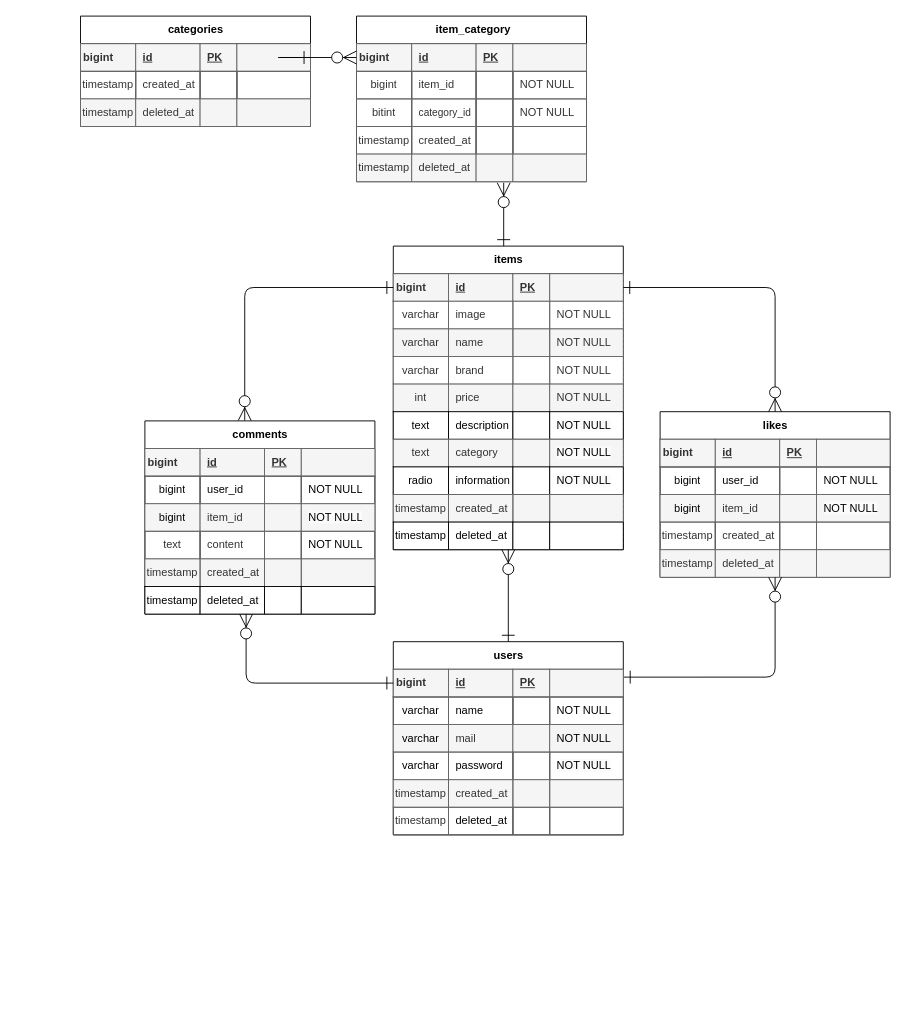
The draw.io diagram furima_table.drawio in satoha-claydesign/furima, before the edit. Source tidied: cells renumbered, new cells numbered last; positions are measured from the earlier drawing's top-left corner, leaving out a move shared by most shapes. Both pictures are drawn from the tidied source at 92%, with x=0, y=0 at pixel (80, 16).
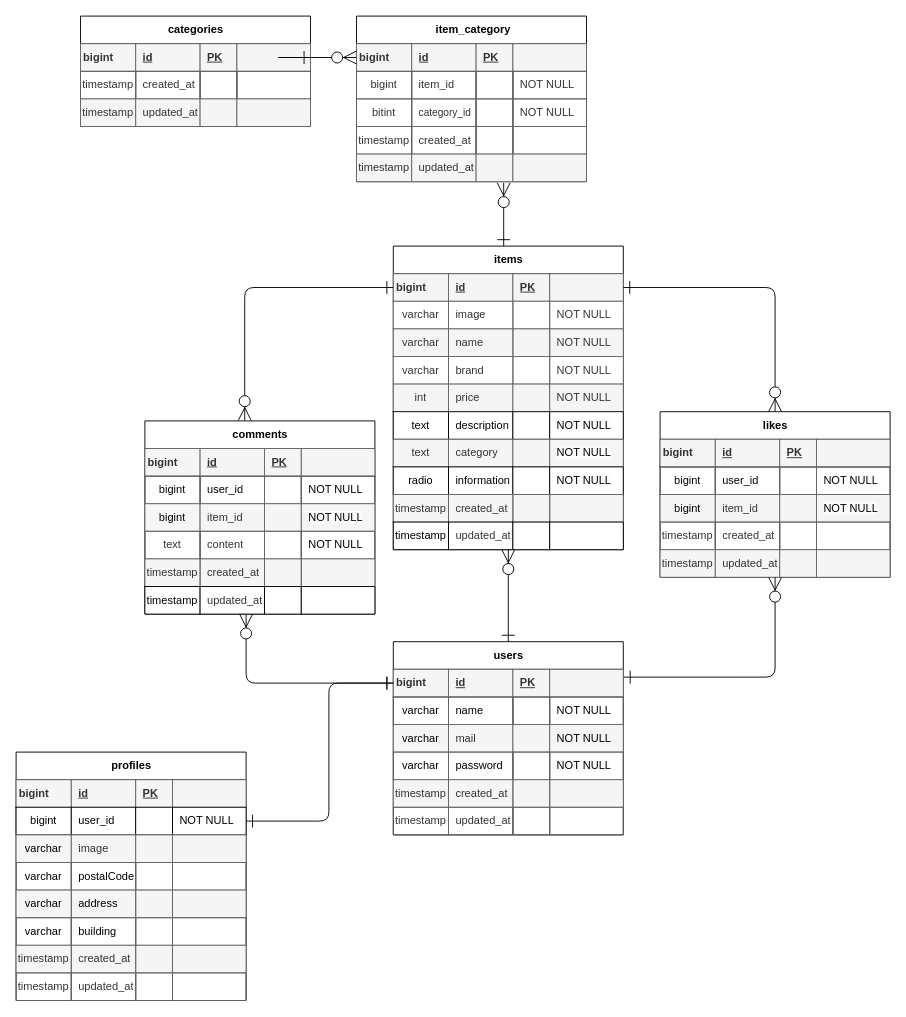
After the change.

The change refers to these unchanged cells:
```xml
<mxCell id="48" style="shape=tableRow;horizontal=0;startSize=0;swimlaneHead=0;swimlaneBody=0;fillColor=none;top=0;left=0;right=0;bottom=0;" parent="2" vertex="1">
  <mxGeometry y="300" width="250" height="30" as="geometry" />
</mxCell>
<mxCell id="74" style="shape=tableRow;horizontal=0;startSize=0;swimlaneHead=0;swimlaneBody=0;fillColor=none;top=0;left=0;right=0;bottom=0;" parent="53" vertex="1">
  <mxGeometry y="150" width="250" height="30" as="geometry" />
</mxCell>
<mxCell id="82" style="shape=tableRow;horizontal=0;startSize=0;swimlaneHead=0;swimlaneBody=0;fillColor=none;points=[[0,0.5],[1,0.5]];portConstraint=eastwest;top=0;left=0;right=0;bottom=1;" parent="81" vertex="1">
  <mxGeometry y="30" width="250" height="30" as="geometry" />
</mxCell>
<mxCell id="107" style="shape=tableRow;horizontal=0;startSize=0;swimlaneHead=0;swimlaneBody=0;fillColor=none;top=0;left=0;right=0;bottom=0;" parent="81" vertex="1">
  <mxGeometry y="180" width="250" height="30" as="geometry" />
</mxCell>
<mxCell id="139" style="shape=tableRow;horizontal=0;startSize=0;swimlaneHead=0;swimlaneBody=0;fillColor=none;top=0;left=0;right=0;bottom=0;" parent="113" vertex="1">
  <mxGeometry y="180" width="250" height="30" as="geometry" />
</mxCell>
<mxCell id="157" style="shape=tableRow;horizontal=0;startSize=0;swimlaneHead=0;swimlaneBody=0;fillColor=none;top=0;left=0;right=0;bottom=0;" parent="146" vertex="1">
  <mxGeometry y="90" width="250" height="30" as="geometry" />
</mxCell>
<mxCell id="183" style="shape=tableRow;horizontal=0;startSize=0;swimlaneHead=0;swimlaneBody=0;fillColor=none;points=[[0,0.5],[1,0.5]];portConstraint=eastwest;top=0;left=0;right=0;bottom=0;" parent="162" vertex="1">
  <mxGeometry y="150" width="250" height="30" as="geometry" />
</mxCell>
```

What changed in the source:
```diff
@@
-    <mxCell id="50" value="deleted_at" style="shape=partialRectangle;top=1;left=1;bottom=1;right=1;align=left;spacingLeft=6;overflow=hidden;whiteSpace=wrap;html=1;" parent="48" vertex="1">
+    <mxCell id="50" value="&lt;span style=&quot;color: rgb(51, 51, 51);&quot;&gt;updated_at&lt;/span&gt;" style="shape=partialRectangle;top=1;left=1;bottom=1;right=1;align=left;spacingLeft=6;overflow=hidden;whiteSpace=wrap;html=1;" parent="48" vertex="1">
       <mxGeometry x="60" width="70" height="30" as="geometry" />
     </mxCell>
@@
-    <mxCell id="76" value="deleted_at" style="shape=partialRectangle;fillColor=#f5f5f5;top=1;left=1;bottom=1;right=1;align=left;spacingLeft=6;overflow=hidden;whiteSpace=wrap;html=1;strokeColor=#666666;fontColor=#333333;" parent="74" vertex="1">
+    <mxCell id="76" value="&lt;span style=&quot;color: rgb(51, 51, 51);&quot;&gt;updated_at&lt;/span&gt;" style="shape=partialRectangle;fillColor=#f5f5f5;top=1;left=1;bottom=1;right=1;align=left;spacingLeft=6;overflow=hidden;whiteSpace=wrap;html=1;strokeColor=#666666;fontColor=#333333;" parent="74" vertex="1">
       <mxGeometry x="60" width="70" height="30" as="geometry" />
     </mxCell>
@@
-    <mxCell id="109" value="&lt;span style=&quot;color: rgb(0, 0, 0);&quot;&gt;deleted_at&lt;/span&gt;" style="shape=partialRectangle;fillColor=none;top=1;left=1;bottom=1;right=1;align=left;spacingLeft=6;overflow=hidden;whiteSpace=wrap;html=1;strokeColor=#666666;" parent="107" vertex="1">
+    <mxCell id="109" value="&lt;span style=&quot;color: rgb(51, 51, 51);&quot;&gt;updated_at&lt;/span&gt;" style="shape=partialRectangle;fillColor=none;top=1;left=1;bottom=1;right=1;align=left;spacingLeft=6;overflow=hidden;whiteSpace=wrap;html=1;strokeColor=#666666;" parent="107" vertex="1">
       <mxGeometry x="60" width="70" height="30" as="geometry" />
     </mxCell>
@@
-    <mxCell id="141" value="deleted_at" style="shape=partialRectangle;top=1;left=1;bottom=1;right=1;align=left;spacingLeft=6;overflow=hidden;whiteSpace=wrap;html=1;" parent="139" vertex="1">
+    <mxCell id="141" value="&lt;span style=&quot;color: rgb(51, 51, 51);&quot;&gt;updated_at&lt;/span&gt;" style="shape=partialRectangle;top=1;left=1;bottom=1;right=1;align=left;spacingLeft=6;overflow=hidden;whiteSpace=wrap;html=1;" parent="139" vertex="1">
       <mxGeometry x="60" width="70" height="30" as="geometry" />
     </mxCell>
@@
-    <mxCell id="159" value="deleted_at" style="shape=partialRectangle;fillColor=#f5f5f5;top=1;left=1;bottom=1;right=1;align=left;spacingLeft=6;overflow=hidden;whiteSpace=wrap;html=1;strokeColor=#666666;fontColor=#333333;" parent="157" vertex="1">
+    <mxCell id="159" value="&lt;span style=&quot;color: rgb(51, 51, 51);&quot;&gt;updated_at&lt;/span&gt;" style="shape=partialRectangle;fillColor=#f5f5f5;top=1;left=1;bottom=1;right=1;align=left;spacingLeft=6;overflow=hidden;whiteSpace=wrap;html=1;strokeColor=#666666;fontColor=#333333;" parent="157" vertex="1">
       <mxGeometry x="60" width="70" height="30" as="geometry" />
     </mxCell>
@@
-    <mxCell id="185" value="deleted_at" style="shape=partialRectangle;fillColor=#f5f5f5;top=1;left=1;bottom=1;right=1;align=left;spacingLeft=6;overflow=hidden;whiteSpace=wrap;html=1;strokeColor=#666666;fontColor=#333333;" parent="183" vertex="1">
+    <mxCell id="185" value="updated_at" style="shape=partialRectangle;fillColor=#f5f5f5;top=1;left=1;bottom=1;right=1;align=left;spacingLeft=6;overflow=hidden;whiteSpace=wrap;html=1;strokeColor=#666666;fontColor=#333333;" parent="183" vertex="1">
       <mxGeometry x="60" width="70" height="30" as="geometry" />
     </mxCell>
@@
+    <mxCell id="190" value="profiles" style="shape=table;startSize=30;childLayout=tableLayout;rowLines=0;fontStyle=1;align=center;html=1;" parent="1" vertex="1">
+      <mxGeometry x="-70" y="800" width="250" height="270" as="geometry" />
+    </mxCell>
+    <mxCell id="191" style="shape=tableRow;horizontal=0;startSize=0;swimlaneHead=0;swimlaneBody=0;fillColor=none;top=0;left=0;right=0;bottom=1;" parent="190" vertex="1">
+      <mxGeometry y="30" width="250" height="30" as="geometry" />
+    </mxCell>
+    <mxCell id="192" value="bigint&lt;span style=&quot;white-space: pre;&quot;&gt;&#9;&lt;/span&gt;" style="shape=partialRectangle;fillColor=#f5f5f5;top=1;left=1;bottom=1;right=1;fontStyle=1;overflow=hidden;whiteSpace=wrap;html=1;fontColor=#333333;strokeColor=#666666;" parent="191" vertex="1">
+      <mxGeometry width="60" height="30" as="geometry" />
+    </mxCell>
+    <mxCell id="193" value="id" style="shape=partialRectangle;fillColor=#f5f5f5;top=1;left=1;bottom=1;right=1;align=left;spacingLeft=6;fontStyle=5;overflow=hidden;whiteSpace=wrap;html=1;fontColor=#333333;strokeColor=#666666;" parent="191" vertex="1">
+      <mxGeometry x="60" width="70" height="30" as="geometry" />
+    </mxCell>
+    <mxCell id="194" value="PK" style="shape=partialRectangle;fillColor=#f5f5f5;top=1;left=1;bottom=1;right=1;align=left;spacingLeft=6;fontStyle=5;overflow=hidden;whiteSpace=wrap;html=1;fontColor=#333333;strokeColor=#666666;" parent="191" vertex="1">
+      <mxGeometry x="130" width="40" height="30" as="geometry" />
+    </mxCell>
+    <mxCell id="195" style="shape=partialRectangle;fillColor=#f5f5f5;top=1;left=1;bottom=1;right=1;align=left;spacingLeft=6;fontStyle=5;overflow=hidden;whiteSpace=wrap;html=1;fontColor=#333333;strokeColor=#666666;" parent="191" vertex="1">
+      <mxGeometry x="170" width="80" height="30" as="geometry" />
+    </mxCell>
+    <mxCell id="196" style="shape=tableRow;horizontal=0;startSize=0;swimlaneHead=0;swimlaneBody=0;points=[[0,0.5],[1,0.5]];portConstraint=eastwest;top=0;left=0;right=0;bottom=0;swimlaneFillColor=#FFFFFF;" parent="190" vertex="1">
+      <mxGeometry y="60" width="250" height="30" as="geometry" />
+    </mxCell>
+    <mxCell id="197" value="&lt;span style=&quot;color: rgb(0, 0, 0);&quot;&gt;bigint&lt;/span&gt;" style="shape=partialRectangle;top=1;left=1;bottom=1;right=1;overflow=hidden;whiteSpace=wrap;html=1;" parent="196" vertex="1">
+      <mxGeometry width="60" height="30" as="geometry" />
+    </mxCell>
+    <mxCell id="198" value="&lt;span style=&quot;color: rgb(0, 0, 0);&quot;&gt;user_id&lt;/span&gt;" style="shape=partialRectangle;top=1;left=1;bottom=1;right=1;align=left;spacingLeft=6;overflow=hidden;whiteSpace=wrap;html=1;" parent="196" vertex="1">
+      <mxGeometry x="60" width="70" height="30" as="geometry" />
+    </mxCell>
+    <mxCell id="199" style="shape=partialRectangle;top=1;left=1;bottom=1;right=1;align=left;spacingLeft=6;overflow=hidden;whiteSpace=wrap;html=1;" parent="196" vertex="1">
+      <mxGeometry x="130" width="40" height="30" as="geometry" />
+    </mxCell>
+    <mxCell id="200" value="&lt;span style=&quot;color: rgb(0, 0, 0);&quot;&gt;NOT NULL&lt;/span&gt;" style="shape=partialRectangle;top=1;left=1;bottom=1;right=1;align=left;spacingLeft=6;overflow=hidden;whiteSpace=wrap;html=1;" parent="196" vertex="1">
+      <mxGeometry x="170" width="80" height="30" as="geometry" />
+    </mxCell>
+    <mxCell id="201" style="shape=tableRow;horizontal=0;startSize=0;swimlaneHead=0;swimlaneBody=0;fillColor=none;top=0;left=0;right=0;bottom=0;" parent="190" vertex="1">
+      <mxGeometry y="90" width="250" height="30" as="geometry" />
+    </mxCell>
+    <mxCell id="202" value="&lt;span style=&quot;color: rgb(0, 0, 0);&quot;&gt;varchar&lt;/span&gt;" style="shape=partialRectangle;fillColor=#f5f5f5;top=1;left=1;bottom=1;right=1;overflow=hidden;whiteSpace=wrap;html=1;fontColor=#333333;strokeColor=#666666;" parent="201" vertex="1">
+      <mxGeometry width="60" height="30" as="geometry" />
+    </mxCell>
+    <mxCell id="203" value="image" style="shape=partialRectangle;fillColor=#f5f5f5;top=1;left=1;bottom=1;right=1;align=left;spacingLeft=6;overflow=hidden;whiteSpace=wrap;html=1;fontColor=#333333;strokeColor=#666666;" parent="201" vertex="1">
+      <mxGeometry x="60" width="70" height="30" as="geometry" />
+    </mxCell>
+    <mxCell id="204" style="shape=partialRectangle;fillColor=#f5f5f5;top=1;left=1;bottom=1;right=1;align=left;spacingLeft=6;overflow=hidden;whiteSpace=wrap;html=1;fontColor=#333333;strokeColor=#666666;" parent="201" vertex="1">
+      <mxGeometry x="130" width="40" height="30" as="geometry" />
+    </mxCell>
+    <mxCell id="205" style="shape=partialRectangle;fillColor=#f5f5f5;top=1;left=1;bottom=1;right=1;align=left;spacingLeft=6;overflow=hidden;whiteSpace=wrap;html=1;fontColor=#333333;strokeColor=#666666;" parent="201" vertex="1">
+      <mxGeometry x="170" width="80" height="30" as="geometry" />
+    </mxCell>
+    <mxCell id="206" style="shape=tableRow;horizontal=0;startSize=0;swimlaneHead=0;swimlaneBody=0;fillColor=none;top=0;left=0;right=0;bottom=0;" parent="190" vertex="1">
+      <mxGeometry y="120" width="250" height="30" as="geometry" />
+    </mxCell>
+    <mxCell id="207" value="&lt;span style=&quot;color: rgb(0, 0, 0);&quot;&gt;varchar&lt;/span&gt;" style="shape=partialRectangle;fillColor=none;top=1;left=1;bottom=1;right=1;overflow=hidden;whiteSpace=wrap;html=1;strokeColor=#666666;" parent="206" vertex="1">
+      <mxGeometry width="60" height="30" as="geometry" />
+    </mxCell>
+    <mxCell id="208" value="postalCode" style="shape=partialRectangle;fillColor=none;top=1;left=1;bottom=1;right=1;align=left;spacingLeft=6;overflow=hidden;whiteSpace=wrap;html=1;strokeColor=#666666;" parent="206" vertex="1">
+      <mxGeometry x="60" width="70" height="30" as="geometry" />
+    </mxCell>
+    <mxCell id="209" style="shape=partialRectangle;fillColor=none;top=1;left=1;bottom=1;right=1;align=left;spacingLeft=6;overflow=hidden;whiteSpace=wrap;html=1;strokeColor=#666666;" parent="206" vertex="1">
+      <mxGeometry x="130" width="40" height="30" as="geometry" />
+    </mxCell>
+    <mxCell id="210" style="shape=partialRectangle;fillColor=none;top=1;left=1;bottom=1;right=1;align=left;spacingLeft=6;overflow=hidden;whiteSpace=wrap;html=1;strokeColor=#666666;" parent="206" vertex="1">
+      <mxGeometry x="170" width="80" height="30" as="geometry" />
+    </mxCell>
+    <mxCell id="211" style="shape=tableRow;horizontal=0;startSize=0;swimlaneHead=0;swimlaneBody=0;fillColor=#f5f5f5;top=0;left=0;right=0;bottom=0;fontColor=#333333;strokeColor=#666666;" parent="190" vertex="1">
+      <mxGeometry y="150" width="250" height="30" as="geometry" />
+    </mxCell>
+    <mxCell id="212" value="&lt;span style=&quot;color: rgb(0, 0, 0);&quot;&gt;varchar&lt;/span&gt;" style="shape=partialRectangle;fillColor=none;top=1;left=1;bottom=1;right=1;overflow=hidden;whiteSpace=wrap;html=1;strokeColor=#666666;" parent="211" vertex="1">
+      <mxGeometry width="60" height="30" as="geometry" />
+    </mxCell>
+    <mxCell id="213" value="address" style="shape=partialRectangle;fillColor=none;top=1;left=1;bottom=1;right=1;align=left;spacingLeft=6;overflow=hidden;whiteSpace=wrap;html=1;strokeColor=#666666;" parent="211" vertex="1">
+      <mxGeometry x="60" width="70" height="30" as="geometry" />
+    </mxCell>
+    <mxCell id="214" style="shape=partialRectangle;fillColor=none;top=1;left=1;bottom=1;right=1;align=left;spacingLeft=6;overflow=hidden;whiteSpace=wrap;html=1;strokeColor=#666666;" parent="211" vertex="1">
+      <mxGeometry x="130" width="40" height="30" as="geometry" />
+    </mxCell>
+    <mxCell id="215" style="shape=partialRectangle;fillColor=none;top=1;left=1;bottom=1;right=1;align=left;spacingLeft=6;overflow=hidden;whiteSpace=wrap;html=1;strokeColor=#666666;" parent="211" vertex="1">
+      <mxGeometry x="170" width="80" height="30" as="geometry" />
+    </mxCell>
+    <mxCell id="216" style="shape=tableRow;horizontal=0;startSize=0;swimlaneHead=0;swimlaneBody=0;fillColor=none;top=0;left=0;right=0;bottom=0;" parent="190" vertex="1">
+      <mxGeometry y="180" width="250" height="30" as="geometry" />
+    </mxCell>
+    <mxCell id="217" value="&lt;span style=&quot;color: rgb(0, 0, 0);&quot;&gt;varchar&lt;/span&gt;" style="shape=partialRectangle;fillColor=none;top=1;left=1;bottom=1;right=1;overflow=hidden;whiteSpace=wrap;html=1;strokeColor=#666666;" parent="216" vertex="1">
+      <mxGeometry width="60" height="30" as="geometry" />
+    </mxCell>
+    <mxCell id="218" value="building" style="shape=partialRectangle;fillColor=none;top=1;left=1;bottom=1;right=1;align=left;spacingLeft=6;overflow=hidden;whiteSpace=wrap;html=1;strokeColor=#666666;" parent="216" vertex="1">
+      <mxGeometry x="60" width="70" height="30" as="geometry" />
+    </mxCell>
+    <mxCell id="219" style="shape=partialRectangle;fillColor=none;top=1;left=1;bottom=1;right=1;align=left;spacingLeft=6;overflow=hidden;whiteSpace=wrap;html=1;strokeColor=#666666;" parent="216" vertex="1">
+      <mxGeometry x="130" width="40" height="30" as="geometry" />
+    </mxCell>
+    <mxCell id="220" style="shape=partialRectangle;fillColor=none;top=1;left=1;bottom=1;right=1;align=left;spacingLeft=6;overflow=hidden;whiteSpace=wrap;html=1;strokeColor=#666666;" parent="216" vertex="1">
+      <mxGeometry x="170" width="80" height="30" as="geometry" />
+    </mxCell>
+    <mxCell id="221" style="shape=tableRow;horizontal=0;startSize=0;swimlaneHead=0;swimlaneBody=0;fillColor=#f5f5f5;top=0;left=0;right=0;bottom=0;fontColor=#333333;strokeColor=#666666;" parent="190" vertex="1">
+      <mxGeometry y="210" width="250" height="30" as="geometry" />
+    </mxCell>
+    <mxCell id="222" value="&lt;span style=&quot;color: rgb(51, 51, 51);&quot;&gt;timestamp&lt;/span&gt;" style="shape=partialRectangle;fillColor=none;top=1;left=1;bottom=1;right=1;overflow=hidden;whiteSpace=wrap;html=1;strokeColor=#666666;" parent="221" vertex="1">
+      <mxGeometry width="60" height="30" as="geometry" />
+    </mxCell>
+    <mxCell id="223" value="&lt;span style=&quot;color: rgb(51, 51, 51);&quot;&gt;created_at&lt;/span&gt;" style="shape=partialRectangle;fillColor=none;top=1;left=1;bottom=1;right=1;align=left;spacingLeft=6;overflow=hidden;whiteSpace=wrap;html=1;strokeColor=#666666;" parent="221" vertex="1">
+      <mxGeometry x="60" width="70" height="30" as="geometry" />
+    </mxCell>
+    <mxCell id="224" style="shape=partialRectangle;fillColor=none;top=1;left=1;bottom=1;right=1;align=left;spacingLeft=6;overflow=hidden;whiteSpace=wrap;html=1;strokeColor=#666666;" parent="221" vertex="1">
+      <mxGeometry x="130" width="40" height="30" as="geometry" />
+    </mxCell>
+    <mxCell id="225" style="shape=partialRectangle;fillColor=none;top=1;left=1;bottom=1;right=1;align=left;spacingLeft=6;overflow=hidden;whiteSpace=wrap;html=1;strokeColor=#666666;" parent="221" vertex="1">
+      <mxGeometry x="170" width="80" height="30" as="geometry" />
+    </mxCell>
+    <mxCell id="226" style="shape=tableRow;horizontal=0;startSize=0;swimlaneHead=0;swimlaneBody=0;fillColor=none;top=0;left=0;right=0;bottom=0;" parent="190" vertex="1">
+      <mxGeometry y="240" width="250" height="30" as="geometry" />
+    </mxCell>
+    <mxCell id="227" value="&lt;span style=&quot;color: rgb(51, 51, 51);&quot;&gt;timestamp&lt;/span&gt;" style="shape=partialRectangle;fillColor=none;top=1;left=1;bottom=1;right=1;overflow=hidden;whiteSpace=wrap;html=1;strokeColor=#666666;" parent="226" vertex="1">
+      <mxGeometry width="60" height="30" as="geometry" />
+    </mxCell>
+    <mxCell id="228" value="&lt;span style=&quot;color: rgb(51, 51, 51);&quot;&gt;updated_at&lt;/span&gt;" style="shape=partialRectangle;fillColor=none;top=1;left=1;bottom=1;right=1;align=left;spacingLeft=6;overflow=hidden;whiteSpace=wrap;html=1;strokeColor=#666666;" parent="226" vertex="1">
+      <mxGeometry x="60" width="70" height="30" as="geometry" />
+    </mxCell>
+    <mxCell id="229" style="shape=partialRectangle;fillColor=none;top=1;left=1;bottom=1;right=1;align=left;spacingLeft=6;overflow=hidden;whiteSpace=wrap;html=1;strokeColor=#666666;" parent="226" vertex="1">
+      <mxGeometry x="130" width="40" height="30" as="geometry" />
+    </mxCell>
+    <mxCell id="230" style="shape=partialRectangle;fillColor=none;top=1;left=1;bottom=1;right=1;align=left;spacingLeft=6;overflow=hidden;whiteSpace=wrap;html=1;strokeColor=#666666;" parent="226" vertex="1">
+      <mxGeometry x="170" width="80" height="30" as="geometry" />
+    </mxCell>
+    <mxCell id="231" style="edgeStyle=orthogonalEdgeStyle;fontSize=12;html=1;endArrow=ERone;endFill=0;exitX=1;exitY=0.5;exitDx=0;exitDy=0;flowAnimation=0;startArrow=ERone;startFill=0;endSize=12;startSize=12;entryX=0;entryY=0.5;entryDx=0;entryDy=0;" parent="1" edge="1" source="196" target="82">
+      <mxGeometry relative="1" as="geometry">
+        <Array as="points">
+          <mxPoint x="270" y="875" />
+          <mxPoint x="270" y="725" />
+        </Array>
+      </mxGeometry>
+    </mxCell>
```
